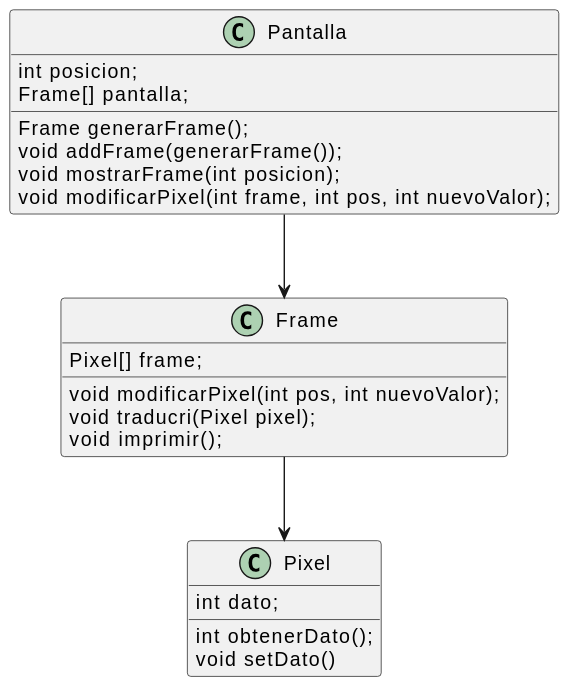
Before: entregas/celayaIker/Ejercicio1/diagrama.svg, a diagram exported from PlantUML (mmasias/24-25-EDA2).
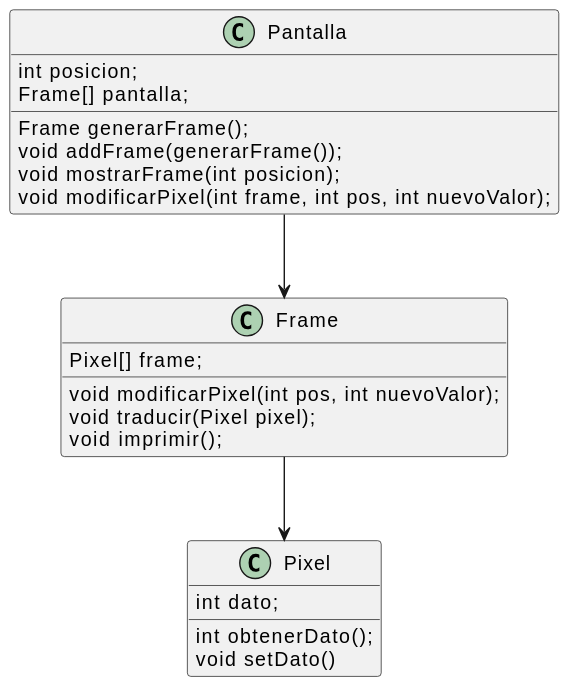
After the commit.

The edit, as a diff of the source:
```diff
@@ -8,7 +8,7 @@
 class Frame{
   Pixel[] frame;
   void modificarPixel(int pos, int nuevoValor);
-  void traducri(Pixel pixel);
+  void traducir(Pixel pixel);
   void imprimir();
 }
 
```
